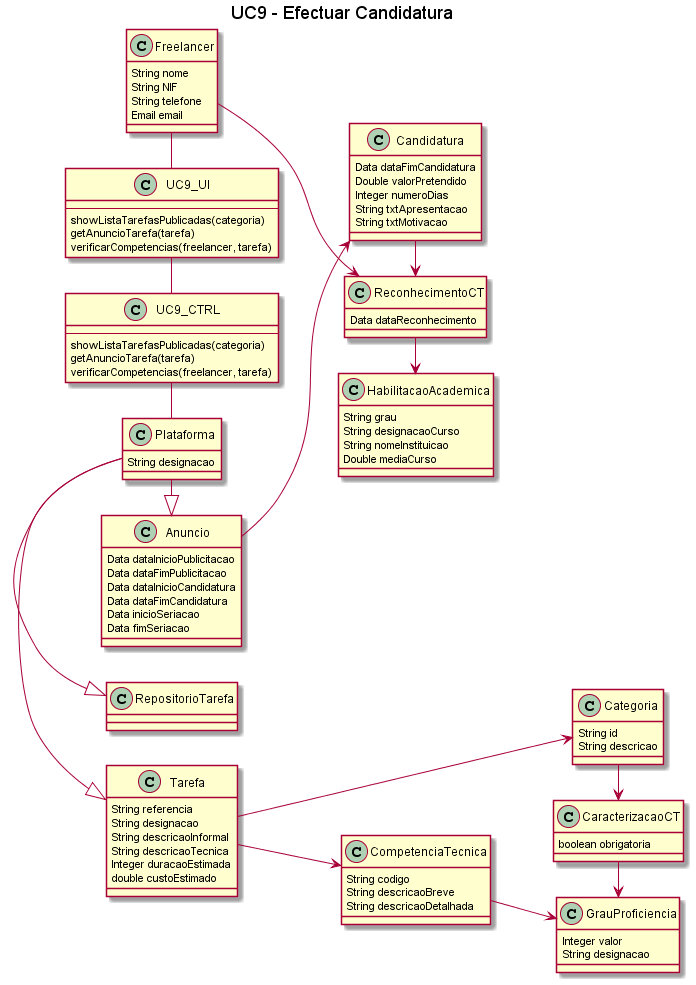
Earlier version of the PlantUML export Documentação/Sprint 3/UC09_Efectuar_Candidatura/UC9_Efectuar_Candidatura_DC.png (blestonbandeiraUPSKILL/upskill_java1_labprg_grupo2).
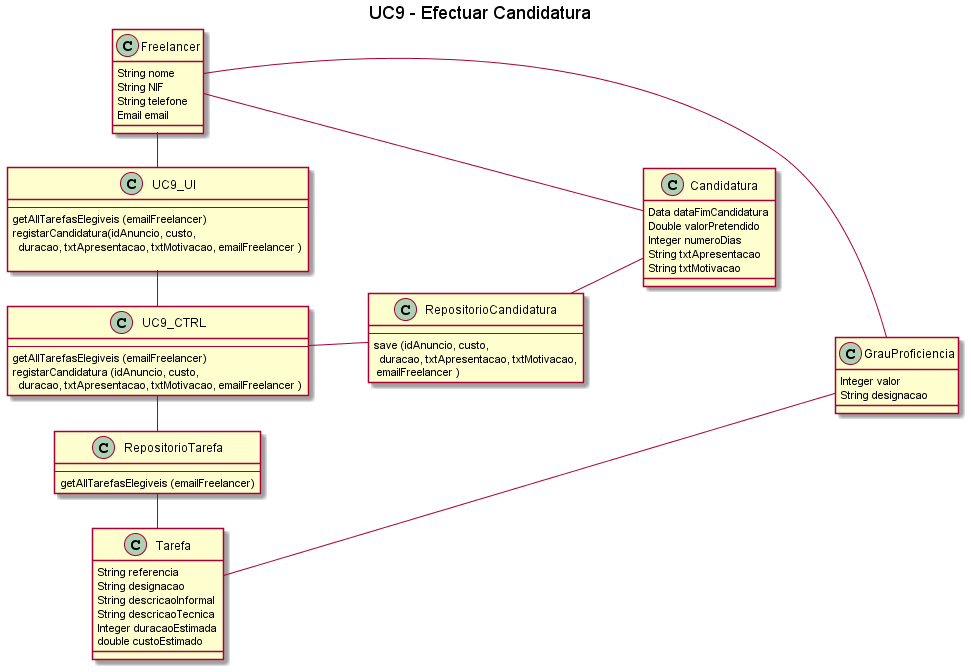
The same diagram one commit later.

What changed in the source:
```diff
@@ -3,36 +3,15 @@
 
 title UC9 - Efectuar Candidatura
 
-class Plataforma {
-    String designacao
-}
 
-class Anuncio {
-    Data dataInicioPublicitacao
-    Data dataFimPublicitacao
-    Data dataInicioCandidatura
-    Data dataFimCandidatura
-    Data inicioSeriacao
-    Data fimSeriacao
-}
 
-class Categoria {
-    String id
-    String descricao
-}
+
 
 class GrauProficiencia {
     Integer valor
     String designacao
 }
-class CaracterizacaoCT {
-    boolean obrigatoria
-}
-class CompetenciaTecnica {
-    String codigo
-    String descricaoBreve
-    String descricaoDetalhada
-}
+
 class Tarefa {
     String referencia
     String designacao
@@ -55,43 +34,36 @@
     String txtApresentacao
     String txtMotivacao
 }
-class HabilitacaoAcademica{
-    String grau
-    String designacaoCurso
-    String nomeInstituicao
-    Double mediaCurso
-}
-class ReconhecimentoCT {
-    Data dataReconhecimento
-}
+
 class UC9_UI{
     --
-    showListaTarefasPublicadas(categoria)
-    getAnuncioTarefa(tarefa)
-    verificarCompetencias(freelancer, tarefa)
+    getAllTarefasElegiveis (emailFreelancer)
+    registarCandidatura(idAnuncio, custo,\n  duracao, txtApresentacao, txtMotivacao, emailFreelancer )
+
 }
 class UC9_CTRL{
     --
-    showListaTarefasPublicadas(categoria)
-    getAnuncioTarefa(tarefa)
-    verificarCompetencias(freelancer, tarefa)
+    getAllTarefasElegiveis (emailFreelancer)
+    registarCandidatura (idAnuncio, custo,\n  duracao, txtApresentacao, txtMotivacao, emailFreelancer )
 }
 
+class RepositorioTarefa{
+--
+getAllTarefasElegiveis (emailFreelancer)
+}
 
+class RepositorioCandidatura {
+    --
+    save (idAnuncio, custo,\n  duracao, txtApresentacao, txtMotivacao,\n emailFreelancer )
+}
+
+UC9_UI - UC9_CTRL
+UC9_CTRL - RepositorioTarefa
+UC9_CTRL -- RepositorioCandidatura
+RepositorioTarefa - Tarefa
+RepositorioCandidatura -- Candidatura
 Freelancer - UC9_UI
-UC9_UI - UC9_CTRL
-UC9_CTRL - Plataforma
-Plataforma -|> Tarefa
-Plataforma -|> RepositorioTarefa
-Plataforma -|> Anuncio
-Tarefa --> Categoria
-Tarefa --> CompetenciaTecnica
-CompetenciaTecnica --> GrauProficiencia
-Anuncio --> Candidatura
-Categoria -> CaracterizacaoCT
-CaracterizacaoCT -> GrauProficiencia
-Freelancer -> ReconhecimentoCT
-ReconhecimentoCT -> HabilitacaoAcademica
-Candidatura -> ReconhecimentoCT
-
+Freelancer - GrauProficiencia
+Tarefa ---- GrauProficiencia
+Freelancer - Candidatura
 @enduml
```
